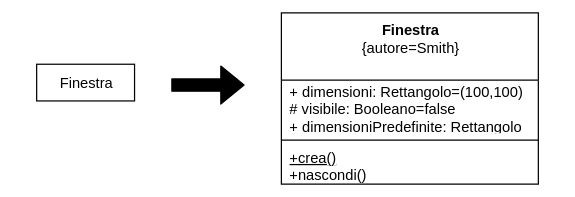
The draw.io diagram Git-Obsidian/Ingegneria del Software/UML/attachements/Ornaments.svg in delpiter/Obsidian-Vault, before a commit. Source tidied: cells renumbered, new cells last; positions are measured from the earlier drawing's top-left corner, leaving out a move shared by most shapes. The source it was exported from:
```xml
<mxGraphModel>
  <root>
    <mxCell id="0" />
    <mxCell id="1" parent="0" />
    <mxCell id="2" value="Finestra" style="rounded=0;whiteSpace=wrap;html=1;" parent="1" vertex="1">
      <mxGeometry y="42" width="80" height="30" as="geometry" />
    </mxCell>
    <mxCell id="3" value="&lt;b&gt;Finestra&lt;br&gt;&lt;/b&gt;{autore=Smith}" style="swimlane;fontStyle=0;align=center;verticalAlign=top;horizontal=1;startSize=55;html=1;whiteSpace=wrap;" parent="1" vertex="1">
      <mxGeometry x="200" width="210" height="140" as="geometry" />
    </mxCell>
    <mxCell id="4" value="+ dimensioni: Rettangolo=(100,100)&lt;br&gt;# visibile: Booleano=false&lt;br&gt;+ dimensioniPredefinite: Rettangolo" style="text;html=1;strokeColor=none;fillColor=none;align=left;verticalAlign=middle;spacingLeft=4;spacingRight=4;overflow=hidden;whiteSpace=wrap;" parent="3" vertex="1">
      <mxGeometry y="55" width="210" height="45" as="geometry" />
    </mxCell>
    <mxCell id="5" style="line;strokeWidth=1;fillColor=none;align=left;verticalAlign=middle;spacingTop=-1;spacingLeft=3;spacingRight=3;labelPosition=right;" parent="3" vertex="1">
      <mxGeometry y="100" width="210" height="8" as="geometry" />
    </mxCell>
    <mxCell id="6" value="&lt;u&gt;+crea()&lt;/u&gt;&lt;br&gt;+nascondi()" style="text;html=1;strokeColor=none;fillColor=none;align=left;verticalAlign=middle;spacingLeft=4;spacingRight=4;overflow=hidden;whiteSpace=wrap;" parent="3" vertex="1">
      <mxGeometry y="108" width="210" height="32" as="geometry" />
    </mxCell>
    <mxCell id="7" style="shape=flexArrow;endArrow=classic;html=1;fillColor=#000000;" parent="1" edge="1">
      <mxGeometry relative="1" as="geometry">
        <mxPoint x="110" y="59" as="sourcePoint" />
        <mxPoint x="170" y="59" as="targetPoint" />
      </mxGeometry>
    </mxCell>
  </root>
</mxGraphModel>
```
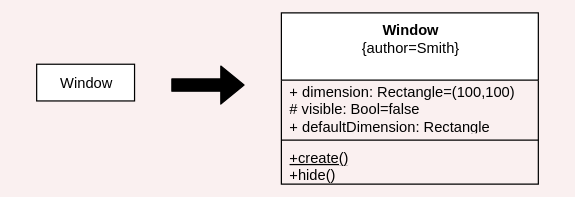
After the commit.

Diff of the diagram source:
```diff
@@ -2,19 +2,19 @@
   <root>
     <mxCell id="0" />
     <mxCell id="1" parent="0" />
-    <mxCell id="2" value="Finestra" style="rounded=0;whiteSpace=wrap;html=1;" parent="1" vertex="1">
+    <mxCell id="2" value="Window" style="rounded=0;whiteSpace=wrap;html=1;" parent="1" vertex="1">
       <mxGeometry y="42" width="80" height="30" as="geometry" />
     </mxCell>
-    <mxCell id="3" value="&lt;b&gt;Finestra&lt;br&gt;&lt;/b&gt;{autore=Smith}" style="swimlane;fontStyle=0;align=center;verticalAlign=top;horizontal=1;startSize=55;html=1;whiteSpace=wrap;" parent="1" vertex="1">
+    <mxCell id="3" value="&lt;b&gt;Window&lt;br&gt;&lt;/b&gt;{author=Smith}" style="swimlane;fontStyle=0;align=center;verticalAlign=top;horizontal=1;startSize=55;html=1;whiteSpace=wrap;" parent="1" vertex="1">
       <mxGeometry x="200" width="210" height="140" as="geometry" />
     </mxCell>
-    <mxCell id="4" value="+ dimensioni: Rettangolo=(100,100)&lt;br&gt;# visibile: Booleano=false&lt;br&gt;+ dimensioniPredefinite: Rettangolo" style="text;html=1;strokeColor=none;fillColor=none;align=left;verticalAlign=middle;spacingLeft=4;spacingRight=4;overflow=hidden;whiteSpace=wrap;" parent="3" vertex="1">
+    <mxCell id="4" value="+ dimension: Rectangle=(100,100)&lt;br&gt;# visible: Bool=false&lt;br&gt;+ defaultDimension: Rectangle" style="text;html=1;strokeColor=none;fillColor=none;align=left;verticalAlign=middle;spacingLeft=4;spacingRight=4;overflow=hidden;whiteSpace=wrap;" parent="3" vertex="1">
       <mxGeometry y="55" width="210" height="45" as="geometry" />
     </mxCell>
     <mxCell id="5" style="line;strokeWidth=1;fillColor=none;align=left;verticalAlign=middle;spacingTop=-1;spacingLeft=3;spacingRight=3;labelPosition=right;" parent="3" vertex="1">
       <mxGeometry y="100" width="210" height="8" as="geometry" />
     </mxCell>
-    <mxCell id="6" value="&lt;u&gt;+crea()&lt;/u&gt;&lt;br&gt;+nascondi()" style="text;html=1;strokeColor=none;fillColor=none;align=left;verticalAlign=middle;spacingLeft=4;spacingRight=4;overflow=hidden;whiteSpace=wrap;" parent="3" vertex="1">
+    <mxCell id="6" value="&lt;u&gt;+create()&lt;/u&gt;&lt;br&gt;+hide()" style="text;html=1;strokeColor=none;fillColor=none;align=left;verticalAlign=middle;spacingLeft=4;spacingRight=4;overflow=hidden;whiteSpace=wrap;" parent="3" vertex="1">
       <mxGeometry y="108" width="210" height="32" as="geometry" />
     </mxCell>
     <mxCell id="7" style="shape=flexArrow;endArrow=classic;html=1;fillColor=#000000;" parent="1" edge="1">
```
